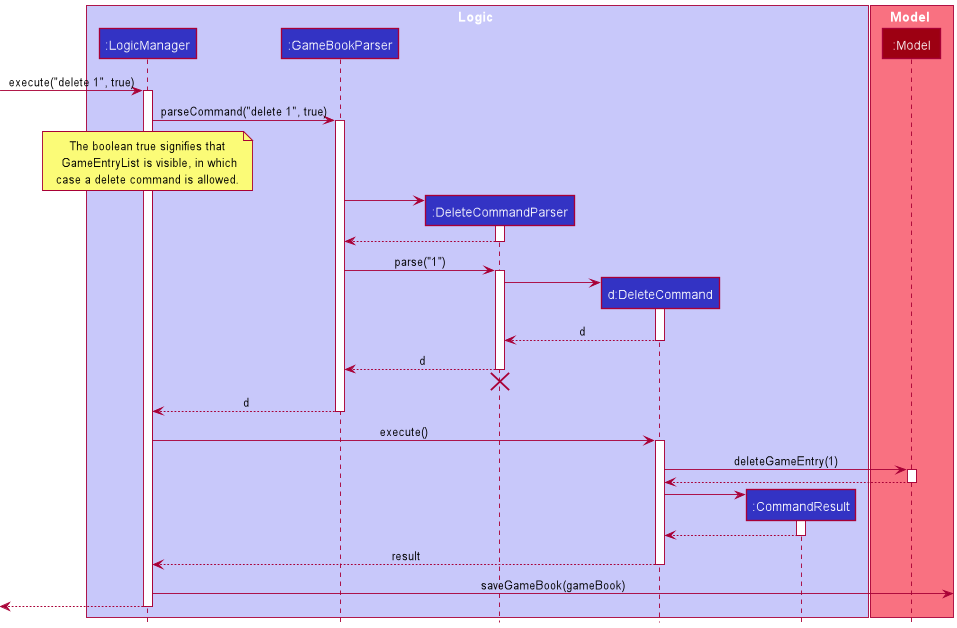
The PlantUML diagram docs/images/DeleteSequenceDiagramLogic.png in yzhilong/tp, before a commit.
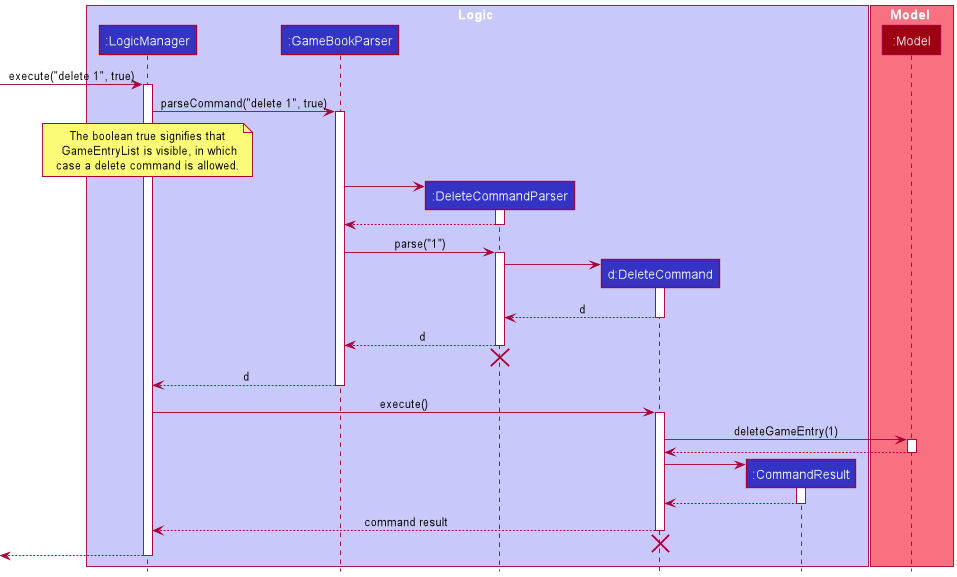
The same diagram one commit later.

The edit, as a diff of the source:
```diff
@@ -67,10 +67,11 @@
 CommandResult --> DeleteCommand
 deactivate CommandResult
 
-DeleteCommand --> LogicManager : result
+DeleteCommand --> LogicManager : command result
 deactivate DeleteCommand
+DeleteCommand -[hidden]-> LogicManager
+destroy DeleteCommand
 
-LogicManager ->]: saveGameBook(gameBook)
 
 [<--LogicManager
 deactivate LogicManager
```
